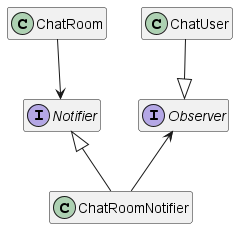
Before: observer2/diagram.png, a diagram exported from PlantUML (leonsant/javadesignpatterns). Its diagram source:
```plantuml
@startuml

hide empty members

class ChatRoom
class ChatUser
class ChatRoomNotifier
interface Notifier
interface Observer

ChatUser --|> Observer
Observer <-- ChatRoomNotifier

ChatRoom --> Notifier
Notifier <|-- ChatRoomNotifier

@enduml
```
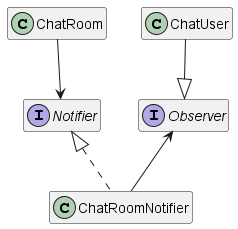
Later version of the same file.

Diff of the diagram source:
```diff
@@ -12,6 +12,6 @@
 Observer <-- ChatRoomNotifier
 
 ChatRoom --> Notifier
-Notifier <|-- ChatRoomNotifier
+Notifier <|.. ChatRoomNotifier
 
 @enduml
```
